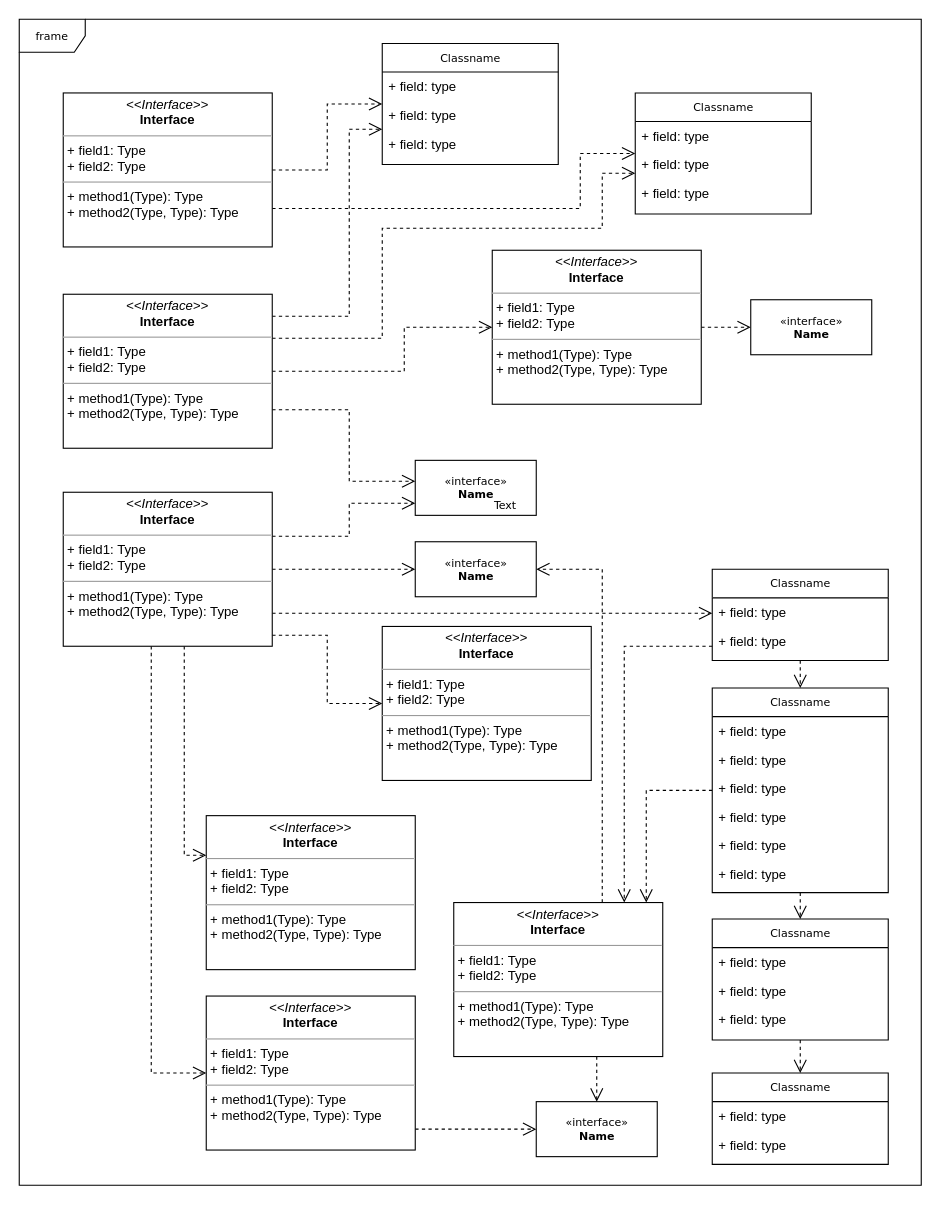
This is Diagrama sem nome.drawio from yssagomes/Balonismo, a draw.io file, before an edit. Source tidied: cells renumbered, new cells numbered last; positions are measured from the earlier drawing's top-left corner, leaving out a move shared by most shapes. Both pictures are drawn from the tidied source at 110%, with x=0, y=0 at pixel (19, 19).
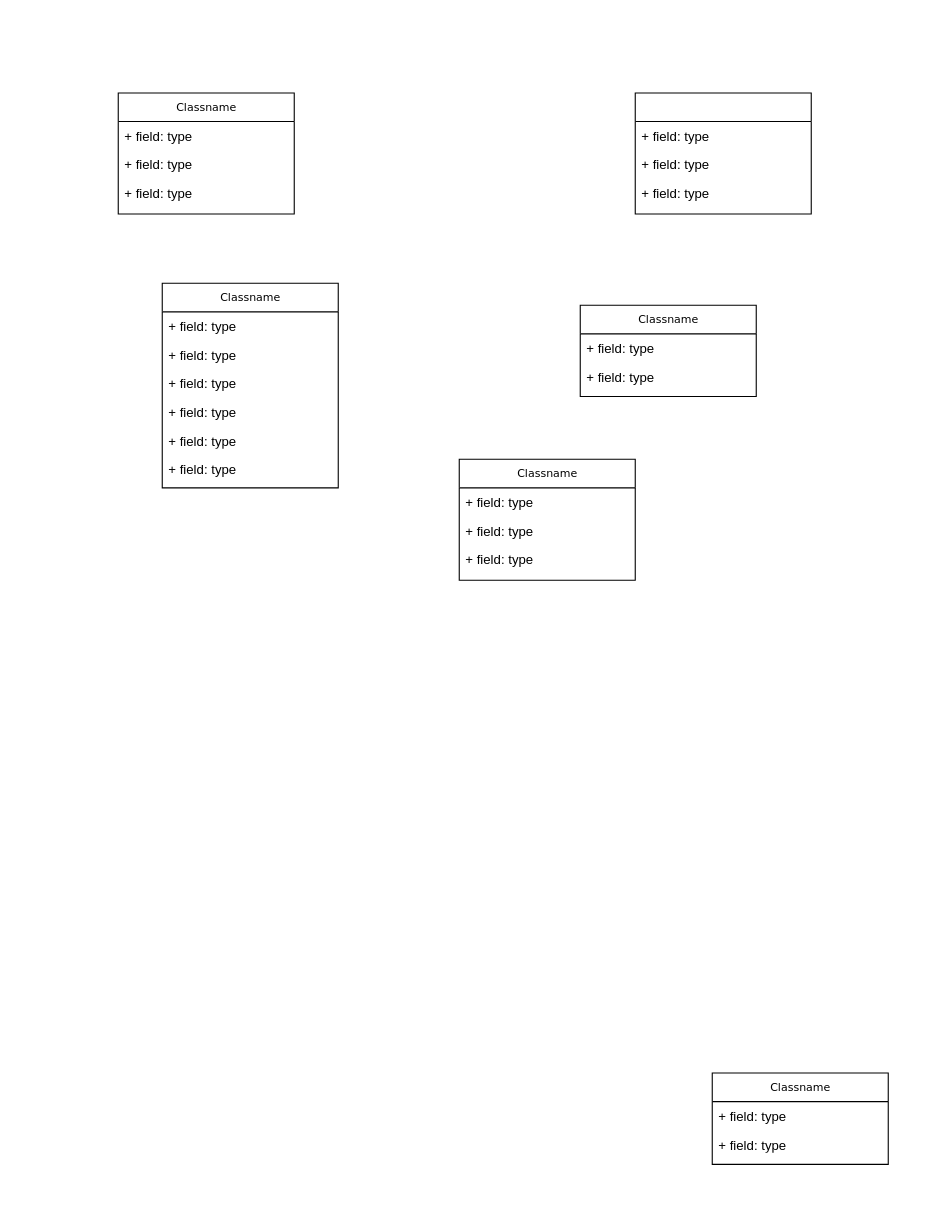
The same diagram, later.

Commit message:
Inicio do projeto

Unchanged cells that the change refers to:
```xml
<mxCell id="20" value="Classname" style="swimlane;html=1;fontStyle=0;horizontal=1;startSize=26;fillColor=none;swimlaneFillColor=#ffffff;rounded=0;shadow=0;comic=0;labelBackgroundColor=none;strokeWidth=1;fontFamily=Verdana;fontSize=10;align=center;" parent="1" vertex="1">
  <mxGeometry x="630" y="958" width="160" height="83" as="geometry" />
</mxCell>
```

Change to the diagram source:
```diff
@@
-    <mxCell id="2" value="frame" style="shape=umlFrame;whiteSpace=wrap;html=1;rounded=0;shadow=0;comic=0;labelBackgroundColor=none;strokeWidth=1;fontFamily=Verdana;fontSize=10;align=center;" parent="1" vertex="1">
-      <mxGeometry width="820" height="1060" as="geometry" />
-    </mxCell>
-    <mxCell id="3" style="edgeStyle=orthogonalEdgeStyle;rounded=0;html=1;dashed=1;labelBackgroundColor=none;startFill=0;endArrow=open;endFill=0;endSize=10;fontFamily=Verdana;fontSize=10;" parent="1" edge="1" source="5" target="35">
-      <mxGeometry relative="1" as="geometry">
-        <Array as="points">
-          <mxPoint x="570" y="701" />
-        </Array>
-      </mxGeometry>
-    </mxCell>
-    <mxCell id="4" style="edgeStyle=orthogonalEdgeStyle;rounded=0;html=1;dashed=1;labelBackgroundColor=none;startFill=0;endArrow=open;endFill=0;endSize=10;fontFamily=Verdana;fontSize=10;" parent="1" edge="1" source="5" target="24">
-      <mxGeometry relative="1" as="geometry" />
-    </mxCell>
     <mxCell id="5" value="Classname" style="swimlane;html=1;fontStyle=0;horizontal=1;startSize=26;fillColor=none;swimlaneFillColor=#ffffff;rounded=0;shadow=0;comic=0;labelBackgroundColor=none;strokeWidth=1;fontFamily=Verdana;fontSize=10;align=center;" parent="1" vertex="1">
-      <mxGeometry x="630" y="608" width="160" height="186" as="geometry" />
+      <mxGeometry x="130" y="240" width="160" height="186" as="geometry" />
     </mxCell>
@@
     <mxCell id="12" value="Classname" style="swimlane;html=1;fontStyle=0;horizontal=1;startSize=26;fillColor=none;swimlaneFillColor=#ffffff;rounded=0;shadow=0;comic=0;labelBackgroundColor=none;strokeWidth=1;fontFamily=Verdana;fontSize=10;align=center;" parent="1" vertex="1">
-      <mxGeometry x="330" y="22" width="160" height="110" as="geometry" />
+      <mxGeometry x="90" y="67" width="160" height="110" as="geometry" />
     </mxCell>
@@
-    <mxCell id="16" value="Classname" style="swimlane;html=1;fontStyle=0;horizontal=1;startSize=26;fillColor=none;swimlaneFillColor=#ffffff;rounded=0;shadow=0;comic=0;labelBackgroundColor=none;strokeWidth=1;fontFamily=Verdana;fontSize=10;align=center;" parent="1" vertex="1">
+    <mxCell id="16" style="swimlane;html=1;fontStyle=0;horizontal=1;startSize=26;fillColor=none;swimlaneFillColor=#ffffff;rounded=0;shadow=0;comic=0;labelBackgroundColor=none;strokeWidth=1;fontFamily=Verdana;fontSize=10;align=center;" parent="1" vertex="1">
       <mxGeometry x="560" y="67" width="160" height="110" as="geometry" />
     </mxCell>
@@
-    <mxCell id="23" style="edgeStyle=orthogonalEdgeStyle;rounded=0;html=1;dashed=1;labelBackgroundColor=none;startFill=0;endArrow=open;endFill=0;endSize=10;fontFamily=Verdana;fontSize=10;" parent="1" edge="1" source="24" target="20">
-      <mxGeometry relative="1" as="geometry" />
-    </mxCell>
     <mxCell id="24" value="Classname" style="swimlane;html=1;fontStyle=0;horizontal=1;startSize=26;fillColor=none;swimlaneFillColor=#ffffff;rounded=0;shadow=0;comic=0;labelBackgroundColor=none;strokeWidth=1;fontFamily=Verdana;fontSize=10;align=center;" parent="1" vertex="1">
-      <mxGeometry x="630" y="818" width="160" height="110" as="geometry" />
+      <mxGeometry x="400" y="400" width="160" height="110" as="geometry" />
     </mxCell>
@@
-    <mxCell id="28" style="edgeStyle=orthogonalEdgeStyle;rounded=0;html=1;dashed=1;labelBackgroundColor=none;startFill=0;endArrow=open;endFill=0;endSize=10;fontFamily=Verdana;fontSize=10;" parent="1" edge="1" source="29" target="5">
-      <mxGeometry relative="1" as="geometry" />
-    </mxCell>
     <mxCell id="29" value="Classname" style="swimlane;html=1;fontStyle=0;horizontal=1;startSize=26;fillColor=none;swimlaneFillColor=#ffffff;rounded=0;shadow=0;comic=0;labelBackgroundColor=none;strokeWidth=1;fontFamily=Verdana;fontSize=10;align=center;" parent="1" vertex="1">
-      <mxGeometry x="630" y="500" width="160" height="83" as="geometry" />
+      <mxGeometry x="510" y="260" width="160" height="83" as="geometry" />
     </mxCell>
@@
-    <mxCell id="32" value="&amp;laquo;interface&amp;raquo;&lt;br&gt;&lt;b&gt;Name&lt;/b&gt;" style="html=1;rounded=0;shadow=0;comic=0;labelBackgroundColor=none;strokeWidth=1;fontFamily=Verdana;fontSize=10;align=center;" parent="1" vertex="1">
-      <mxGeometry x="470" y="984" width="110" height="50" as="geometry" />
-    </mxCell>
-    <mxCell id="33" style="edgeStyle=orthogonalEdgeStyle;rounded=0;html=1;dashed=1;labelBackgroundColor=none;startFill=0;endArrow=open;endFill=0;endSize=10;fontFamily=Verdana;fontSize=10;" parent="1" edge="1" source="35" target="32">
-      <mxGeometry relative="1" as="geometry">
-        <Array as="points">
-          <mxPoint x="525" y="950" />
-          <mxPoint x="525" y="950" />
-        </Array>
-      </mxGeometry>
-    </mxCell>
-    <mxCell id="34" style="edgeStyle=orthogonalEdgeStyle;rounded=0;html=1;dashed=1;labelBackgroundColor=none;startFill=0;endArrow=open;endFill=0;endSize=10;fontFamily=Verdana;fontSize=10;" parent="1" edge="1" source="35" target="40">
-      <mxGeometry relative="1" as="geometry">
-        <Array as="points">
-          <mxPoint x="530" y="500" />
-        </Array>
-      </mxGeometry>
-    </mxCell>
-    <mxCell id="35" value="&lt;p style=&quot;margin:0px;margin-top:4px;text-align:center;&quot;&gt;&lt;i&gt;&amp;lt;&amp;lt;Interface&amp;gt;&amp;gt;&lt;/i&gt;&lt;br/&gt;&lt;b&gt;Interface&lt;/b&gt;&lt;/p&gt;&lt;hr size=&quot;1&quot;/&gt;&lt;p style=&quot;margin:0px;margin-left:4px;&quot;&gt;+ field1: Type&lt;br/&gt;+ field2: Type&lt;/p&gt;&lt;hr size=&quot;1&quot;/&gt;&lt;p style=&quot;margin:0px;margin-left:4px;&quot;&gt;+ method1(Type): Type&lt;br/&gt;+ method2(Type, Type): Type&lt;/p&gt;" style="verticalAlign=top;align=left;overflow=fill;fontSize=12;fontFamily=Helvetica;html=1;rounded=0;shadow=0;comic=0;labelBackgroundColor=none;strokeWidth=1;" parent="1" vertex="1">
-      <mxGeometry x="395" y="803" width="190" height="140" as="geometry" />
-    </mxCell>
-    <mxCell id="36" value="&lt;p style=&quot;margin:0px;margin-top:4px;text-align:center;&quot;&gt;&lt;i&gt;&amp;lt;&amp;lt;Interface&amp;gt;&amp;gt;&lt;/i&gt;&lt;br/&gt;&lt;b&gt;Interface&lt;/b&gt;&lt;/p&gt;&lt;hr size=&quot;1&quot;/&gt;&lt;p style=&quot;margin:0px;margin-left:4px;&quot;&gt;+ field1: Type&lt;br/&gt;+ field2: Type&lt;/p&gt;&lt;hr size=&quot;1&quot;/&gt;&lt;p style=&quot;margin:0px;margin-left:4px;&quot;&gt;+ method1(Type): Type&lt;br/&gt;+ method2(Type, Type): Type&lt;/p&gt;" style="verticalAlign=top;align=left;overflow=fill;fontSize=12;fontFamily=Helvetica;html=1;rounded=0;shadow=0;comic=0;labelBackgroundColor=none;strokeWidth=1;" parent="1" vertex="1">
-      <mxGeometry x="330" y="552" width="190" height="140" as="geometry" />
-    </mxCell>
-    <mxCell id="37" style="edgeStyle=orthogonalEdgeStyle;rounded=0;html=1;dashed=1;labelBackgroundColor=none;startFill=0;endArrow=open;endFill=0;endSize=10;fontFamily=Verdana;fontSize=10;" parent="1" edge="1" source="38" target="32">
-      <mxGeometry relative="1" as="geometry">
-        <Array as="points">
-          <mxPoint x="390" y="1009" />
-          <mxPoint x="390" y="1009" />
-        </Array>
-      </mxGeometry>
-    </mxCell>
-    <mxCell id="38" value="&lt;p style=&quot;margin:0px;margin-top:4px;text-align:center;&quot;&gt;&lt;i&gt;&amp;lt;&amp;lt;Interface&amp;gt;&amp;gt;&lt;/i&gt;&lt;br/&gt;&lt;b&gt;Interface&lt;/b&gt;&lt;/p&gt;&lt;hr size=&quot;1&quot;/&gt;&lt;p style=&quot;margin:0px;margin-left:4px;&quot;&gt;+ field1: Type&lt;br/&gt;+ field2: Type&lt;/p&gt;&lt;hr size=&quot;1&quot;/&gt;&lt;p style=&quot;margin:0px;margin-left:4px;&quot;&gt;+ method1(Type): Type&lt;br/&gt;+ method2(Type, Type): Type&lt;/p&gt;" style="verticalAlign=top;align=left;overflow=fill;fontSize=12;fontFamily=Helvetica;html=1;rounded=0;shadow=0;comic=0;labelBackgroundColor=none;strokeWidth=1;" parent="1" vertex="1">
-      <mxGeometry x="170" y="888" width="190" height="140" as="geometry" />
-    </mxCell>
-    <mxCell id="39" value="&lt;p style=&quot;margin:0px;margin-top:4px;text-align:center;&quot;&gt;&lt;i&gt;&amp;lt;&amp;lt;Interface&amp;gt;&amp;gt;&lt;/i&gt;&lt;br/&gt;&lt;b&gt;Interface&lt;/b&gt;&lt;/p&gt;&lt;hr size=&quot;1&quot;/&gt;&lt;p style=&quot;margin:0px;margin-left:4px;&quot;&gt;+ field1: Type&lt;br/&gt;+ field2: Type&lt;/p&gt;&lt;hr size=&quot;1&quot;/&gt;&lt;p style=&quot;margin:0px;margin-left:4px;&quot;&gt;+ method1(Type): Type&lt;br/&gt;+ method2(Type, Type): Type&lt;/p&gt;" style="verticalAlign=top;align=left;overflow=fill;fontSize=12;fontFamily=Helvetica;html=1;rounded=0;shadow=0;comic=0;labelBackgroundColor=none;strokeWidth=1;" parent="1" vertex="1">
-      <mxGeometry x="170" y="724" width="190" height="140" as="geometry" />
-    </mxCell>
-    <mxCell id="40" value="&amp;laquo;interface&amp;raquo;&lt;br&gt;&lt;b&gt;Name&lt;/b&gt;" style="html=1;rounded=0;shadow=0;comic=0;labelBackgroundColor=none;strokeWidth=1;fontFamily=Verdana;fontSize=10;align=center;" parent="1" vertex="1">
-      <mxGeometry x="360" y="475" width="110" height="50" as="geometry" />
-    </mxCell>
-    <mxCell id="41" value="&amp;laquo;interface&amp;raquo;&lt;br&gt;&lt;b&gt;Name&lt;/b&gt;" style="html=1;rounded=0;shadow=0;comic=0;labelBackgroundColor=none;strokeWidth=1;fontFamily=Verdana;fontSize=10;align=center;" parent="1" vertex="1">
-      <mxGeometry x="360" y="401" width="110" height="50" as="geometry" />
-    </mxCell>
-    <mxCell id="42" style="edgeStyle=orthogonalEdgeStyle;rounded=0;html=1;dashed=1;labelBackgroundColor=none;startFill=0;endArrow=open;endFill=0;endSize=10;fontFamily=Verdana;fontSize=10;" parent="1" edge="1" source="43" target="45">
-      <mxGeometry relative="1" as="geometry" />
-    </mxCell>
-    <mxCell id="43" value="&lt;p style=&quot;margin:0px;margin-top:4px;text-align:center;&quot;&gt;&lt;i&gt;&amp;lt;&amp;lt;Interface&amp;gt;&amp;gt;&lt;/i&gt;&lt;br/&gt;&lt;b&gt;Interface&lt;/b&gt;&lt;/p&gt;&lt;hr size=&quot;1&quot;/&gt;&lt;p style=&quot;margin:0px;margin-left:4px;&quot;&gt;+ field1: Type&lt;br/&gt;+ field2: Type&lt;/p&gt;&lt;hr size=&quot;1&quot;/&gt;&lt;p style=&quot;margin:0px;margin-left:4px;&quot;&gt;+ method1(Type): Type&lt;br/&gt;+ method2(Type, Type): Type&lt;/p&gt;" style="verticalAlign=top;align=left;overflow=fill;fontSize=12;fontFamily=Helvetica;html=1;rounded=0;shadow=0;comic=0;labelBackgroundColor=none;strokeWidth=1;" parent="1" vertex="1">
-      <mxGeometry x="430" y="210" width="190" height="140" as="geometry" />
-    </mxCell>
-    <mxCell id="44" value="Text" style="text;html=1;align=left;verticalAlign=top;spacingTop=-4;fontSize=10;fontFamily=Verdana;fontColor=#000000;" parent="1" vertex="1">
-      <mxGeometry x="430" y="434" width="40" height="10" as="geometry" />
-    </mxCell>
-    <mxCell id="45" value="&amp;laquo;interface&amp;raquo;&lt;br&gt;&lt;b&gt;Name&lt;/b&gt;" style="html=1;rounded=0;shadow=0;comic=0;labelBackgroundColor=none;strokeWidth=1;fontFamily=Verdana;fontSize=10;align=center;" parent="1" vertex="1">
-      <mxGeometry x="665" y="255" width="110" height="50" as="geometry" />
-    </mxCell>
-    <mxCell id="46" style="edgeStyle=orthogonalEdgeStyle;rounded=0;html=1;labelBackgroundColor=none;startFill=0;endArrow=open;endFill=0;endSize=10;fontFamily=Verdana;fontSize=10;dashed=1;" parent="1" edge="1" source="48" target="12">
-      <mxGeometry relative="1" as="geometry" />
-    </mxCell>
-    <mxCell id="47" style="edgeStyle=orthogonalEdgeStyle;rounded=0;html=1;exitX=1;exitY=0.75;dashed=1;labelBackgroundColor=none;startFill=0;endArrow=open;endFill=0;endSize=10;fontFamily=Verdana;fontSize=10;" parent="1" edge="1" source="48" target="16">
-      <mxGeometry relative="1" as="geometry">
-        <Array as="points">
-          <mxPoint x="510" y="172" />
-          <mxPoint x="510" y="122" />
-        </Array>
-      </mxGeometry>
-    </mxCell>
-    <mxCell id="48" value="&lt;p style=&quot;margin:0px;margin-top:4px;text-align:center;&quot;&gt;&lt;i&gt;&amp;lt;&amp;lt;Interface&amp;gt;&amp;gt;&lt;/i&gt;&lt;br/&gt;&lt;b&gt;Interface&lt;/b&gt;&lt;/p&gt;&lt;hr size=&quot;1&quot;/&gt;&lt;p style=&quot;margin:0px;margin-left:4px;&quot;&gt;+ field1: Type&lt;br/&gt;+ field2: Type&lt;/p&gt;&lt;hr size=&quot;1&quot;/&gt;&lt;p style=&quot;margin:0px;margin-left:4px;&quot;&gt;+ method1(Type): Type&lt;br/&gt;+ method2(Type, Type): Type&lt;/p&gt;" style="verticalAlign=top;align=left;overflow=fill;fontSize=12;fontFamily=Helvetica;html=1;rounded=0;shadow=0;comic=0;labelBackgroundColor=none;strokeWidth=1;" parent="1" vertex="1">
-      <mxGeometry x="40" y="67" width="190" height="140" as="geometry" />
-    </mxCell>
-    <mxCell id="49" style="edgeStyle=orthogonalEdgeStyle;rounded=0;html=1;dashed=1;labelBackgroundColor=none;startFill=0;endArrow=open;endFill=0;endSize=10;fontFamily=Verdana;fontSize=10;" parent="1" edge="1" source="53" target="12">
-      <mxGeometry relative="1" as="geometry">
-        <Array as="points">
-          <mxPoint x="300" y="270" />
-          <mxPoint x="300" y="100" />
-        </Array>
-      </mxGeometry>
-    </mxCell>
-    <mxCell id="50" style="edgeStyle=orthogonalEdgeStyle;rounded=0;html=1;dashed=1;labelBackgroundColor=none;startFill=0;endArrow=open;endFill=0;endSize=10;fontFamily=Verdana;fontSize=10;" parent="1" edge="1" source="53" target="16">
-      <mxGeometry relative="1" as="geometry">
-        <Array as="points">
-          <mxPoint x="330" y="290" />
-          <mxPoint x="330" y="190" />
-          <mxPoint x="530" y="190" />
-          <mxPoint x="530" y="140" />
-        </Array>
-      </mxGeometry>
-    </mxCell>
-    <mxCell id="51" style="edgeStyle=orthogonalEdgeStyle;rounded=0;html=1;dashed=1;labelBackgroundColor=none;startFill=0;endArrow=open;endFill=0;endSize=10;fontFamily=Verdana;fontSize=10;" parent="1" edge="1" source="53" target="43">
-      <mxGeometry relative="1" as="geometry">
-        <Array as="points">
-          <mxPoint x="350" y="320" />
-          <mxPoint x="350" y="280" />
-        </Array>
-      </mxGeometry>
-    </mxCell>
-    <mxCell id="52" style="edgeStyle=orthogonalEdgeStyle;rounded=0;html=1;exitX=1;exitY=0.75;dashed=1;labelBackgroundColor=none;startFill=0;endArrow=open;endFill=0;endSize=10;fontFamily=Verdana;fontSize=10;" parent="1" edge="1" source="53" target="41">
-      <mxGeometry relative="1" as="geometry">
-        <Array as="points">
-          <mxPoint x="300" y="355" />
-          <mxPoint x="300" y="420" />
-        </Array>
-      </mxGeometry>
-    </mxCell>
-    <mxCell id="53" value="&lt;p style=&quot;margin:0px;margin-top:4px;text-align:center;&quot;&gt;&lt;i&gt;&amp;lt;&amp;lt;Interface&amp;gt;&amp;gt;&lt;/i&gt;&lt;br/&gt;&lt;b&gt;Interface&lt;/b&gt;&lt;/p&gt;&lt;hr size=&quot;1&quot;/&gt;&lt;p style=&quot;margin:0px;margin-left:4px;&quot;&gt;+ field1: Type&lt;br/&gt;+ field2: Type&lt;/p&gt;&lt;hr size=&quot;1&quot;/&gt;&lt;p style=&quot;margin:0px;margin-left:4px;&quot;&gt;+ method1(Type): Type&lt;br/&gt;+ method2(Type, Type): Type&lt;/p&gt;" style="verticalAlign=top;align=left;overflow=fill;fontSize=12;fontFamily=Helvetica;html=1;rounded=0;shadow=0;comic=0;labelBackgroundColor=none;strokeWidth=1;" parent="1" vertex="1">
-      <mxGeometry x="40" y="250" width="190" height="140" as="geometry" />
-    </mxCell>
-    <mxCell id="54" style="edgeStyle=orthogonalEdgeStyle;rounded=0;html=1;dashed=1;labelBackgroundColor=none;startFill=0;endArrow=open;endFill=0;endSize=10;fontFamily=Verdana;fontSize=10;" parent="1" edge="1" source="60" target="41">
-      <mxGeometry relative="1" as="geometry">
-        <Array as="points">
-          <mxPoint x="300" y="470" />
-          <mxPoint x="300" y="440" />
-        </Array>
-      </mxGeometry>
-    </mxCell>
-    <mxCell id="55" style="edgeStyle=orthogonalEdgeStyle;rounded=0;html=1;dashed=1;labelBackgroundColor=none;startFill=0;endArrow=open;endFill=0;endSize=10;fontFamily=Verdana;fontSize=10;" parent="1" edge="1" source="60" target="40">
-      <mxGeometry relative="1" as="geometry" />
-    </mxCell>
-    <mxCell id="56" style="edgeStyle=orthogonalEdgeStyle;rounded=0;html=1;dashed=1;labelBackgroundColor=none;startFill=0;endArrow=open;endFill=0;endSize=10;fontFamily=Verdana;fontSize=10;" parent="1" edge="1" source="60" target="36">
-      <mxGeometry relative="1" as="geometry">
-        <Array as="points">
-          <mxPoint x="280" y="560" />
-          <mxPoint x="280" y="622" />
-        </Array>
-      </mxGeometry>
-    </mxCell>
-    <mxCell id="57" style="edgeStyle=orthogonalEdgeStyle;rounded=0;html=1;dashed=1;labelBackgroundColor=none;startFill=0;endArrow=open;endFill=0;endSize=10;fontFamily=Verdana;fontSize=10;" parent="1" edge="1" source="60" target="29">
-      <mxGeometry relative="1" as="geometry">
-        <Array as="points">
-          <mxPoint x="330" y="540" />
-          <mxPoint x="330" y="540" />
-        </Array>
-      </mxGeometry>
-    </mxCell>
-    <mxCell id="58" style="edgeStyle=orthogonalEdgeStyle;rounded=0;html=1;dashed=1;labelBackgroundColor=none;startFill=0;endArrow=open;endFill=0;endSize=10;fontFamily=Verdana;fontSize=10;" parent="1" edge="1" source="60" target="39">
-      <mxGeometry relative="1" as="geometry">
-        <Array as="points">
-          <mxPoint x="150" y="760" />
-        </Array>
-      </mxGeometry>
-    </mxCell>
-    <mxCell id="59" style="edgeStyle=orthogonalEdgeStyle;rounded=0;html=1;dashed=1;labelBackgroundColor=none;startFill=0;endArrow=open;endFill=0;endSize=10;fontFamily=Verdana;fontSize=10;" parent="1" edge="1" source="60" target="38">
-      <mxGeometry relative="1" as="geometry">
-        <Array as="points">
-          <mxPoint x="120" y="958" />
-        </Array>
-      </mxGeometry>
-    </mxCell>
-    <mxCell id="60" value="&lt;p style=&quot;margin:0px;margin-top:4px;text-align:center;&quot;&gt;&lt;i&gt;&amp;lt;&amp;lt;Interface&amp;gt;&amp;gt;&lt;/i&gt;&lt;br/&gt;&lt;b&gt;Interface&lt;/b&gt;&lt;/p&gt;&lt;hr size=&quot;1&quot;/&gt;&lt;p style=&quot;margin:0px;margin-left:4px;&quot;&gt;+ field1: Type&lt;br/&gt;+ field2: Type&lt;/p&gt;&lt;hr size=&quot;1&quot;/&gt;&lt;p style=&quot;margin:0px;margin-left:4px;&quot;&gt;+ method1(Type): Type&lt;br/&gt;+ method2(Type, Type): Type&lt;/p&gt;" style="verticalAlign=top;align=left;overflow=fill;fontSize=12;fontFamily=Helvetica;html=1;rounded=0;shadow=0;comic=0;labelBackgroundColor=none;strokeWidth=1;" parent="1" vertex="1">
-      <mxGeometry x="40" y="430" width="190" height="140" as="geometry" />
-    </mxCell>
-    <mxCell id="61" style="edgeStyle=orthogonalEdgeStyle;rounded=0;html=1;dashed=1;labelBackgroundColor=none;startFill=0;endArrow=open;endFill=0;endSize=10;fontFamily=Verdana;fontSize=10;" parent="1" edge="1" source="29" target="35">
-      <mxGeometry relative="1" as="geometry">
-        <Array as="points">
-          <mxPoint x="550" y="570" />
-        </Array>
-      </mxGeometry>
-    </mxCell>
```
